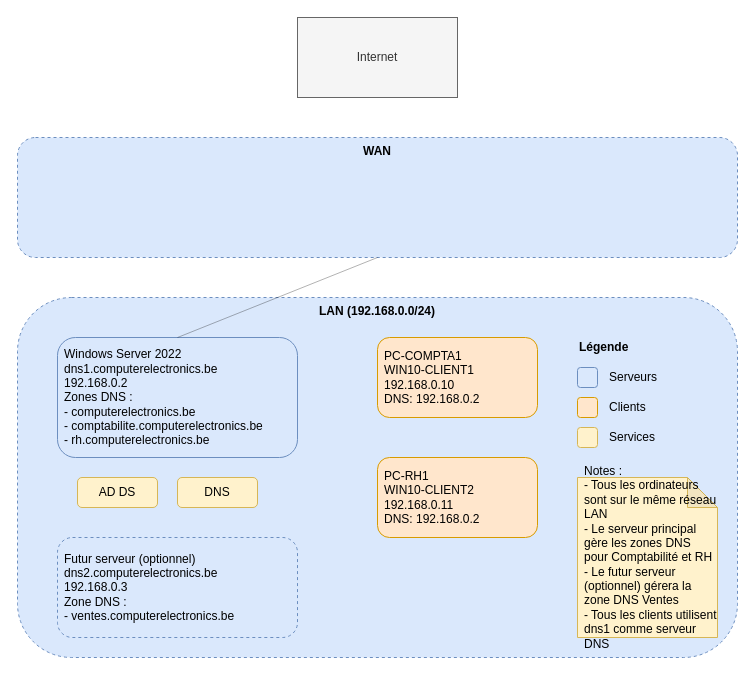
This is diagrams/configuration_reseau.drawio from choquitofrito/ActiveDirectory, a draw.io file, before an edit. Source tidied: cells renumbered, new cells numbered last; positions are measured from the earlier drawing's top-left corner, leaving out a move shared by most shapes. Both pictures are drawn from the tidied source at 100%, with x=0, y=0 at pixel (17, 17).
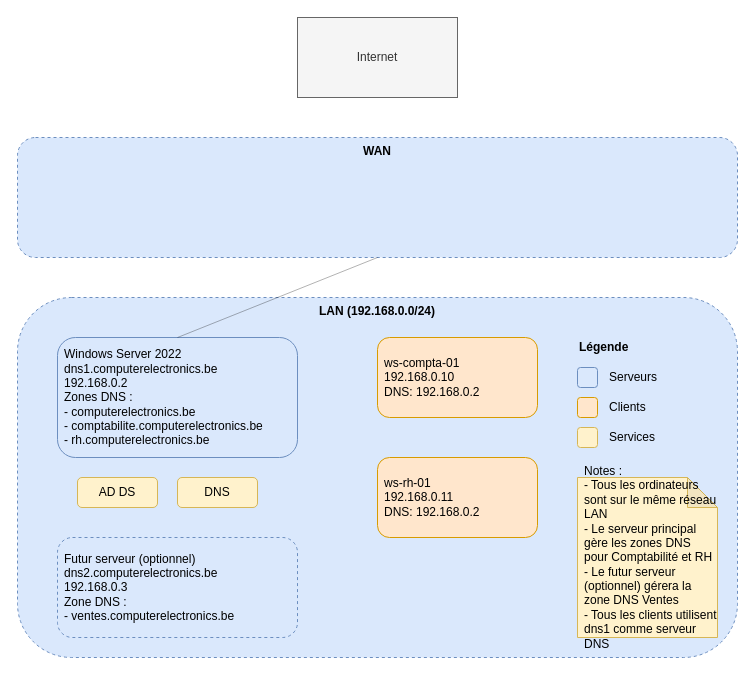
The same page after the edit.

Change to the diagram source:
```diff
@@
 <mxGraphModel>
   <root>
     <mxCell id="0" />
     <mxCell id="1" parent="0" />
     <mxCell id="2" value="Internet" style="cloud;whiteSpace=wrap;html=1;fillColor=#f5f5f5;strokeColor=#666666;fontColor=#333333;" parent="1" vertex="1">
       <mxGeometry x="280" width="160" height="80" as="geometry" />
     </mxCell>
     <mxCell id="3" value="WAN" style="rounded=1;whiteSpace=wrap;html=1;fillColor=#dae8fc;strokeColor=#6c8ebf;dashed=1;verticalAlign=top;fontStyle=1;" parent="1" vertex="1">
       <mxGeometry y="120" width="720" height="120" as="geometry" />
     </mxCell>
     <mxCell id="4" value="LAN (192.168.0.0/24)" style="rounded=1;whiteSpace=wrap;html=1;fillColor=#dae8fc;strokeColor=#6c8ebf;dashed=1;verticalAlign=top;fontStyle=1;" parent="1" vertex="1">
       <mxGeometry y="280" width="720" height="360" as="geometry" />
     </mxCell>
     <mxCell id="5" value="Windows Server 2022&#10;dns1.computerelectronics.be&#10;192.168.0.2&#10;Zones DNS :&#10;- computerelectronics.be&#10;- comptabilite.computerelectronics.be&#10;- rh.computerelectronics.be" style="rounded=1;whiteSpace=wrap;html=1;fillColor=#dae8fc;strokeColor=#6c8ebf;align=left;spacingLeft=5;" parent="1" vertex="1">
       <mxGeometry x="40" y="320" width="240" height="120" as="geometry" />
     </mxCell>
     <mxCell id="6" value="AD DS" style="rounded=1;whiteSpace=wrap;html=1;fillColor=#fff2cc;strokeColor=#d6b656;" parent="1" vertex="1">
       <mxGeometry x="60" y="460" width="80" height="30" as="geometry" />
     </mxCell>
     <mxCell id="7" value="DNS" style="rounded=1;whiteSpace=wrap;html=1;fillColor=#fff2cc;strokeColor=#d6b656;" parent="1" vertex="1">
       <mxGeometry x="160" y="460" width="80" height="30" as="geometry" />
     </mxCell>
-    <mxCell id="8" value="PC-COMPTA1&#10;WIN10-CLIENT1&#10;192.168.0.10&#10;DNS: 192.168.0.2" style="rounded=1;whiteSpace=wrap;html=1;fillColor=#ffe6cc;strokeColor=#d79b00;align=left;spacingLeft=5;" parent="1" vertex="1">
+    <mxCell id="8" value="ws-compta-01&#10;192.168.0.10&#10;DNS: 192.168.0.2" style="rounded=1;whiteSpace=wrap;html=1;fillColor=#ffe6cc;strokeColor=#d79b00;align=left;spacingLeft=5;" parent="1" vertex="1">
       <mxGeometry x="360" y="320" width="160" height="80" as="geometry" />
     </mxCell>
-    <mxCell id="9" value="PC-RH1&#10;WIN10-CLIENT2&#10;192.168.0.11&#10;DNS: 192.168.0.2" style="rounded=1;whiteSpace=wrap;html=1;fillColor=#ffe6cc;strokeColor=#d79b00;align=left;spacingLeft=5;" parent="1" vertex="1">
+    <mxCell id="9" value="ws-rh-01&#10;192.168.0.11&#10;DNS: 192.168.0.2" style="rounded=1;whiteSpace=wrap;html=1;fillColor=#ffe6cc;strokeColor=#d79b00;align=left;spacingLeft=5;" parent="1" vertex="1">
       <mxGeometry x="360" y="440" width="160" height="80" as="geometry" />
     </mxCell>
     <mxCell id="10" value="Futur serveur (optionnel)&#10;dns2.computerelectronics.be&#10;192.168.0.3&#10;Zone DNS :&#10;- ventes.computerelectronics.be" style="rounded=1;whiteSpace=wrap;html=1;fillColor=#dae8fc;strokeColor=#6c8ebf;align=left;spacingLeft=5;dashed=1;" parent="1" vertex="1">
       <mxGeometry x="40" y="520" width="240" height="100" as="geometry" />
     </mxCell>
     <mxCell id="11" style="endArrow=none;html=1;rounded=0;exitX=0.5;exitY=0;exitDx=0;exitDy=0;entryX=0.5;entryY=1;entryDx=0;entryDy=0;opacity=30;" parent="1" edge="1" source="5" target="3">
       <mxGeometry relative="1" as="geometry" />
     </mxCell>
     <mxCell id="12" value="Légende" style="text;html=1;strokeColor=none;fillColor=none;align=left;verticalAlign=middle;whiteSpace=wrap;rounded=0;fontStyle=1;" parent="1" vertex="1">
       <mxGeometry x="560" y="320" width="60" height="20" as="geometry" />
     </mxCell>
     <mxCell id="13" style="rounded=1;whiteSpace=wrap;html=1;fillColor=#dae8fc;strokeColor=#6c8ebf;" parent="1" vertex="1">
       <mxGeometry x="560" y="350" width="20" height="20" as="geometry" />
     </mxCell>
     <mxCell id="14" value="Serveurs" style="text;html=1;strokeColor=none;fillColor=none;align=left;verticalAlign=middle;whiteSpace=wrap;rounded=0;" parent="1" vertex="1">
       <mxGeometry x="590" y="350" width="60" height="20" as="geometry" />
     </mxCell>
     <mxCell id="15" style="rounded=1;whiteSpace=wrap;html=1;fillColor=#ffe6cc;strokeColor=#d79b00;" parent="1" vertex="1">
       <mxGeometry x="560" y="380" width="20" height="20" as="geometry" />
     </mxCell>
     <mxCell id="16" value="Clients" style="text;html=1;strokeColor=none;fillColor=none;align=left;verticalAlign=middle;whiteSpace=wrap;rounded=0;" parent="1" vertex="1">
       <mxGeometry x="590" y="380" width="60" height="20" as="geometry" />
     </mxCell>
     <mxCell id="17" style="rounded=1;whiteSpace=wrap;html=1;fillColor=#fff2cc;strokeColor=#d6b656;" parent="1" vertex="1">
       <mxGeometry x="560" y="410" width="20" height="20" as="geometry" />
     </mxCell>
     <mxCell id="18" value="Services" style="text;html=1;strokeColor=none;fillColor=none;align=left;verticalAlign=middle;whiteSpace=wrap;rounded=0;" parent="1" vertex="1">
       <mxGeometry x="590" y="410" width="60" height="20" as="geometry" />
     </mxCell>
     <mxCell id="19" value="Notes :&#10;- Tous les ordinateurs sont sur le même réseau LAN&#10;- Le serveur principal gère les zones DNS pour Comptabilité et RH&#10;- Le futur serveur (optionnel) gérera la zone DNS Ventes&#10;- Tous les clients utilisent dns1 comme serveur DNS" style="shape=note;whiteSpace=wrap;html=1;backgroundOutline=1;darkOpacity=0.05;fillColor=#fff2cc;strokeColor=#d6b656;align=left;spacingLeft=5;" parent="1" vertex="1">
       <mxGeometry x="560" y="460" width="140" height="160" as="geometry" />
     </mxCell>
   </root>
 </mxGraphModel>
```
